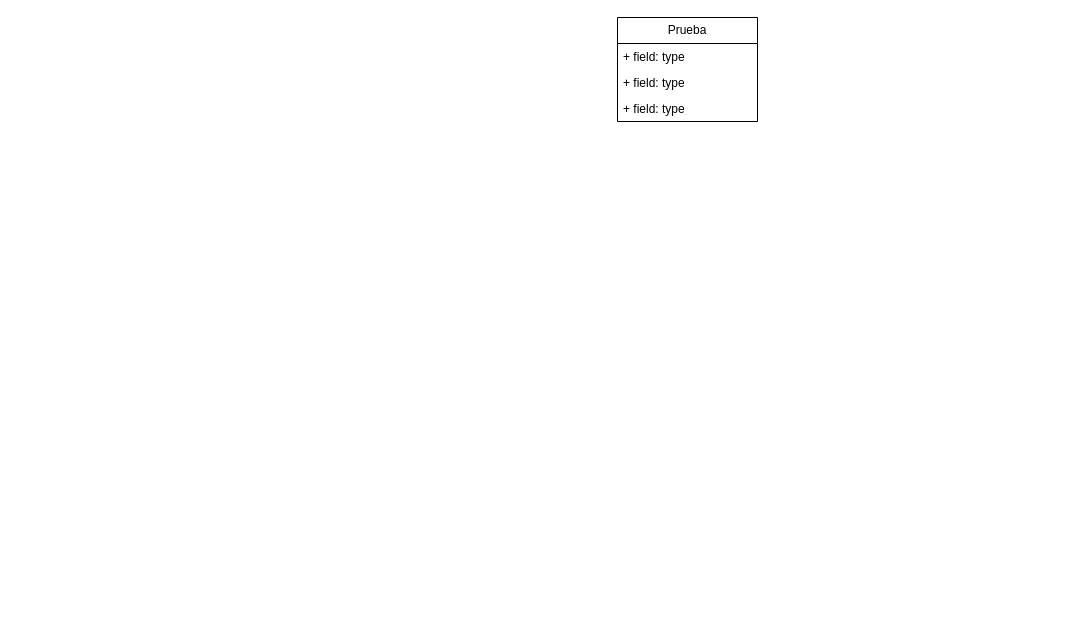
estebanpc1234/bootcamp_Tarea_Sistema_Inventario keeps this draw.io diagram as ClassDiagram.drawio. Above is the earlier version. Source tidied: cells renumbered, new cells numbered last; positions are measured from the earlier drawing's top-left corner, leaving out a move shared by most shapes. Both pictures are drawn from the tidied source at 100%, with x=0, y=0 at pixel (617, 17).
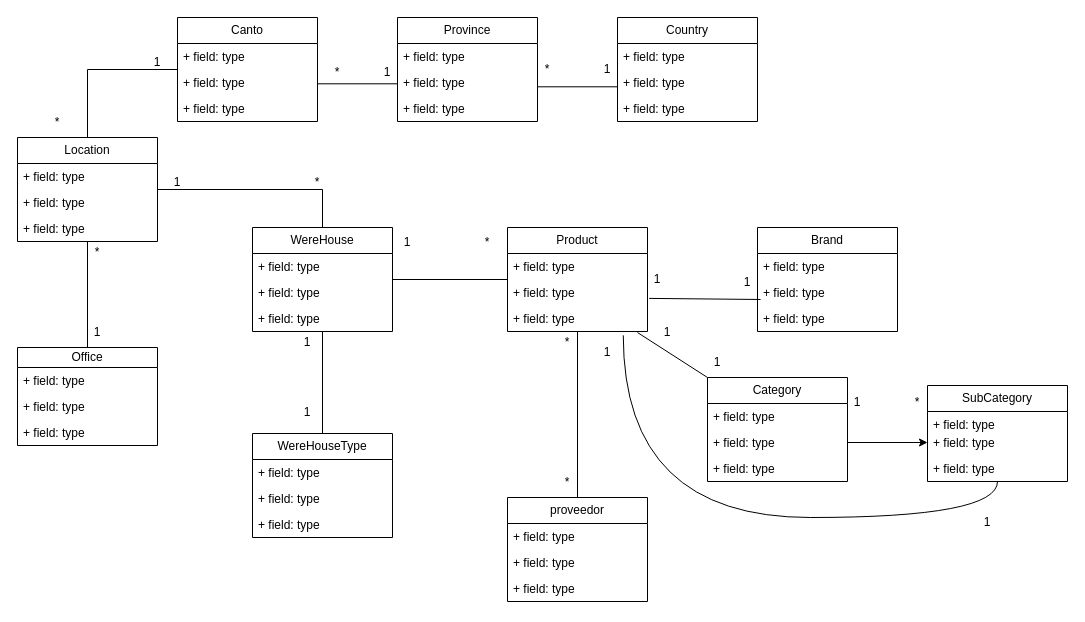
The same page after the edit.

Commit message:
Epastrana, se crea la base para el diagrama de clases

Diff of the diagram source:
```diff
@@
-    <mxCell id="2" value="Prueba" style="swimlane;fontStyle=0;horizontal=1;startSize=26;fillColor=none;whiteSpace=wrap;html=1;" parent="1" vertex="1">
+    <mxCell id="2" value="Country" style="swimlane;fontStyle=0;horizontal=1;startSize=26;fillColor=none;whiteSpace=wrap;html=1;" parent="1" vertex="1">
       <mxGeometry width="140" height="104" as="geometry" />
     </mxCell>
@@
+    <mxCell id="6" value="Location" style="swimlane;fontStyle=0;horizontal=1;startSize=26;fillColor=none;whiteSpace=wrap;html=1;" parent="1" vertex="1">
+      <mxGeometry x="-600" y="120" width="140" height="104" as="geometry" />
+    </mxCell>
+    <mxCell id="7" value="+ field: type" style="text;strokeColor=none;fillColor=none;align=left;verticalAlign=top;spacingLeft=4;spacingRight=4;overflow=hidden;whiteSpace=wrap;html=1;" parent="6" vertex="1">
+      <mxGeometry y="26" width="140" height="26" as="geometry" />
+    </mxCell>
+    <mxCell id="8" value="+ field: type" style="text;strokeColor=none;fillColor=none;align=left;verticalAlign=top;spacingLeft=4;spacingRight=4;overflow=hidden;whiteSpace=wrap;html=1;" parent="6" vertex="1">
+      <mxGeometry y="52" width="140" height="26" as="geometry" />
+    </mxCell>
+    <mxCell id="9" value="+ field: type" style="text;strokeColor=none;fillColor=none;align=left;verticalAlign=top;spacingLeft=4;spacingRight=4;overflow=hidden;whiteSpace=wrap;html=1;" parent="6" vertex="1">
+      <mxGeometry y="78" width="140" height="26" as="geometry" />
+    </mxCell>
+    <mxCell id="10" value="Canto" style="swimlane;fontStyle=0;horizontal=1;startSize=26;fillColor=none;whiteSpace=wrap;html=1;" parent="1" vertex="1">
+      <mxGeometry x="-440" width="140" height="104" as="geometry" />
+    </mxCell>
+    <mxCell id="11" value="+ field: type" style="text;strokeColor=none;fillColor=none;align=left;verticalAlign=top;spacingLeft=4;spacingRight=4;overflow=hidden;whiteSpace=wrap;html=1;" parent="10" vertex="1">
+      <mxGeometry y="26" width="140" height="26" as="geometry" />
+    </mxCell>
+    <mxCell id="12" value="+ field: type" style="text;strokeColor=none;fillColor=none;align=left;verticalAlign=top;spacingLeft=4;spacingRight=4;overflow=hidden;whiteSpace=wrap;html=1;" parent="10" vertex="1">
+      <mxGeometry y="52" width="140" height="26" as="geometry" />
+    </mxCell>
+    <mxCell id="13" value="+ field: type" style="text;strokeColor=none;fillColor=none;align=left;verticalAlign=top;spacingLeft=4;spacingRight=4;overflow=hidden;whiteSpace=wrap;html=1;" parent="10" vertex="1">
+      <mxGeometry y="78" width="140" height="26" as="geometry" />
+    </mxCell>
+    <mxCell id="14" value="Office" style="swimlane;fontStyle=0;horizontal=1;startSize=20;fillColor=none;whiteSpace=wrap;html=1;" parent="1" vertex="1">
+      <mxGeometry x="-600" y="330" width="140" height="98" as="geometry" />
+    </mxCell>
+    <mxCell id="15" value="+ field: type" style="text;strokeColor=none;fillColor=none;align=left;verticalAlign=top;spacingLeft=4;spacingRight=4;overflow=hidden;whiteSpace=wrap;html=1;" parent="14" vertex="1">
+      <mxGeometry y="20" width="140" height="26" as="geometry" />
+    </mxCell>
+    <mxCell id="16" value="+ field: type" style="text;strokeColor=none;fillColor=none;align=left;verticalAlign=top;spacingLeft=4;spacingRight=4;overflow=hidden;whiteSpace=wrap;html=1;" parent="14" vertex="1">
+      <mxGeometry y="46" width="140" height="26" as="geometry" />
+    </mxCell>
+    <mxCell id="17" value="+ field: type" style="text;strokeColor=none;fillColor=none;align=left;verticalAlign=top;spacingLeft=4;spacingRight=4;overflow=hidden;whiteSpace=wrap;html=1;" parent="14" vertex="1">
+      <mxGeometry y="72" width="140" height="26" as="geometry" />
+    </mxCell>
+    <mxCell id="18" value="Province" style="swimlane;fontStyle=0;horizontal=1;startSize=26;fillColor=none;whiteSpace=wrap;html=1;" parent="1" vertex="1">
+      <mxGeometry x="-220" width="140" height="104" as="geometry" />
+    </mxCell>
+    <mxCell id="19" value="+ field: type" style="text;strokeColor=none;fillColor=none;align=left;verticalAlign=top;spacingLeft=4;spacingRight=4;overflow=hidden;whiteSpace=wrap;html=1;" parent="18" vertex="1">
+      <mxGeometry y="26" width="140" height="26" as="geometry" />
+    </mxCell>
+    <mxCell id="20" value="+ field: type" style="text;strokeColor=none;fillColor=none;align=left;verticalAlign=top;spacingLeft=4;spacingRight=4;overflow=hidden;whiteSpace=wrap;html=1;" parent="18" vertex="1">
+      <mxGeometry y="52" width="140" height="26" as="geometry" />
+    </mxCell>
+    <mxCell id="21" value="+ field: type" style="text;strokeColor=none;fillColor=none;align=left;verticalAlign=top;spacingLeft=4;spacingRight=4;overflow=hidden;whiteSpace=wrap;html=1;" parent="18" vertex="1">
+      <mxGeometry y="78" width="140" height="26" as="geometry" />
+    </mxCell>
+    <mxCell id="22" value="1" style="text;html=1;whiteSpace=wrap;strokeColor=none;fillColor=none;align=center;verticalAlign=middle;rounded=0;" parent="1" vertex="1">
+      <mxGeometry x="-260" y="40" width="60" height="30" as="geometry" />
+    </mxCell>
+    <mxCell id="23" value="*" style="text;html=1;whiteSpace=wrap;strokeColor=none;fillColor=none;align=center;verticalAlign=middle;rounded=0;" parent="1" vertex="1">
+      <mxGeometry x="-310" y="40" width="60" height="30" as="geometry" />
+    </mxCell>
+    <mxCell id="24" value="*" style="text;html=1;whiteSpace=wrap;strokeColor=none;fillColor=none;align=center;verticalAlign=middle;rounded=0;" parent="1" vertex="1">
+      <mxGeometry x="-100" y="37" width="60" height="30" as="geometry" />
+    </mxCell>
+    <mxCell id="25" value="1" style="text;html=1;whiteSpace=wrap;strokeColor=none;fillColor=none;align=center;verticalAlign=middle;rounded=0;" parent="1" vertex="1">
+      <mxGeometry x="-40" y="37" width="60" height="30" as="geometry" />
+    </mxCell>
+    <mxCell id="26" value="1" style="text;html=1;whiteSpace=wrap;strokeColor=none;fillColor=none;align=center;verticalAlign=middle;rounded=0;" parent="1" vertex="1">
+      <mxGeometry x="-490" y="30" width="60" height="30" as="geometry" />
+    </mxCell>
+    <mxCell id="27" value="*" style="text;html=1;whiteSpace=wrap;strokeColor=none;fillColor=none;align=center;verticalAlign=middle;rounded=0;" parent="1" vertex="1">
+      <mxGeometry x="-590" y="90" width="60" height="30" as="geometry" />
+    </mxCell>
+    <mxCell id="28" value="*" style="text;html=1;whiteSpace=wrap;strokeColor=none;fillColor=none;align=center;verticalAlign=middle;rounded=0;" parent="1" vertex="1">
+      <mxGeometry x="-550" y="220" width="60" height="30" as="geometry" />
+    </mxCell>
+    <mxCell id="29" value="1" style="text;html=1;whiteSpace=wrap;strokeColor=none;fillColor=none;align=center;verticalAlign=middle;rounded=0;" parent="1" vertex="1">
+      <mxGeometry x="-550" y="300" width="60" height="30" as="geometry" />
+    </mxCell>
+    <mxCell id="30" value="WereHouse" style="swimlane;fontStyle=0;horizontal=1;startSize=26;fillColor=none;whiteSpace=wrap;html=1;" parent="1" vertex="1">
+      <mxGeometry x="-365" y="210" width="140" height="104" as="geometry" />
+    </mxCell>
+    <mxCell id="31" value="+ field: type" style="text;strokeColor=none;fillColor=none;align=left;verticalAlign=top;spacingLeft=4;spacingRight=4;overflow=hidden;whiteSpace=wrap;html=1;" parent="30" vertex="1">
+      <mxGeometry y="26" width="140" height="26" as="geometry" />
+    </mxCell>
+    <mxCell id="32" value="+ field: type" style="text;strokeColor=none;fillColor=none;align=left;verticalAlign=top;spacingLeft=4;spacingRight=4;overflow=hidden;whiteSpace=wrap;html=1;" parent="30" vertex="1">
+      <mxGeometry y="52" width="140" height="26" as="geometry" />
+    </mxCell>
+    <mxCell id="33" value="+ field: type" style="text;strokeColor=none;fillColor=none;align=left;verticalAlign=top;spacingLeft=4;spacingRight=4;overflow=hidden;whiteSpace=wrap;html=1;" parent="30" vertex="1">
+      <mxGeometry y="78" width="140" height="26" as="geometry" />
+    </mxCell>
+    <mxCell id="34" value="Product" style="swimlane;fontStyle=0;horizontal=1;startSize=26;fillColor=none;whiteSpace=wrap;html=1;" parent="1" vertex="1">
+      <mxGeometry x="-110" y="210" width="140" height="104" as="geometry" />
+    </mxCell>
+    <mxCell id="35" value="+ field: type" style="text;strokeColor=none;fillColor=none;align=left;verticalAlign=top;spacingLeft=4;spacingRight=4;overflow=hidden;whiteSpace=wrap;html=1;" parent="34" vertex="1">
+      <mxGeometry y="26" width="140" height="26" as="geometry" />
+    </mxCell>
+    <mxCell id="36" value="+ field: type" style="text;strokeColor=none;fillColor=none;align=left;verticalAlign=top;spacingLeft=4;spacingRight=4;overflow=hidden;points=[[0,0.5],[1,0.5]];portConstraint=eastwest;whiteSpace=wrap;html=1;" parent="34" vertex="1">
+      <mxGeometry y="52" width="140" height="26" as="geometry" />
+    </mxCell>
+    <mxCell id="37" value="+ field: type" style="text;strokeColor=none;fillColor=none;align=left;verticalAlign=top;spacingLeft=4;spacingRight=4;overflow=hidden;points=[[0,0.5],[1,0.5]];portConstraint=eastwest;whiteSpace=wrap;html=1;" parent="34" vertex="1">
+      <mxGeometry y="78" width="140" height="26" as="geometry" />
+    </mxCell>
+    <mxCell id="38" value="WereHouseType" style="swimlane;fontStyle=0;horizontal=1;startSize=26;fillColor=none;whiteSpace=wrap;html=1;" parent="1" vertex="1">
+      <mxGeometry x="-365" y="416" width="140" height="104" as="geometry" />
+    </mxCell>
+    <mxCell id="39" value="+ field: type" style="text;strokeColor=none;fillColor=none;align=left;verticalAlign=top;spacingLeft=4;spacingRight=4;overflow=hidden;whiteSpace=wrap;html=1;" parent="38" vertex="1">
+      <mxGeometry y="26" width="140" height="26" as="geometry" />
+    </mxCell>
+    <mxCell id="40" value="+ field: type" style="text;strokeColor=none;fillColor=none;align=left;verticalAlign=top;spacingLeft=4;spacingRight=4;overflow=hidden;whiteSpace=wrap;html=1;" parent="38" vertex="1">
+      <mxGeometry y="52" width="140" height="26" as="geometry" />
+    </mxCell>
+    <mxCell id="41" value="+ field: type" style="text;strokeColor=none;fillColor=none;align=left;verticalAlign=top;spacingLeft=4;spacingRight=4;overflow=hidden;whiteSpace=wrap;html=1;" parent="38" vertex="1">
+      <mxGeometry y="78" width="140" height="26" as="geometry" />
+    </mxCell>
+    <mxCell id="42" value="proveedor" style="swimlane;fontStyle=0;horizontal=1;startSize=26;fillColor=none;whiteSpace=wrap;html=1;" parent="1" vertex="1">
+      <mxGeometry x="-110" y="480" width="140" height="104" as="geometry" />
+    </mxCell>
+    <mxCell id="43" value="+ field: type" style="text;strokeColor=none;fillColor=none;align=left;verticalAlign=top;spacingLeft=4;spacingRight=4;overflow=hidden;whiteSpace=wrap;html=1;" parent="42" vertex="1">
+      <mxGeometry y="26" width="140" height="26" as="geometry" />
+    </mxCell>
+    <mxCell id="44" value="+ field: type" style="text;strokeColor=none;fillColor=none;align=left;verticalAlign=top;spacingLeft=4;spacingRight=4;overflow=hidden;whiteSpace=wrap;html=1;" parent="42" vertex="1">
+      <mxGeometry y="52" width="140" height="26" as="geometry" />
+    </mxCell>
+    <mxCell id="45" value="+ field: type" style="text;strokeColor=none;fillColor=none;align=left;verticalAlign=top;spacingLeft=4;spacingRight=4;overflow=hidden;whiteSpace=wrap;html=1;" parent="42" vertex="1">
+      <mxGeometry y="78" width="140" height="26" as="geometry" />
+    </mxCell>
+    <mxCell id="46" value="1" style="text;html=1;whiteSpace=wrap;strokeColor=none;fillColor=none;align=center;verticalAlign=middle;rounded=0;" parent="1" vertex="1">
+      <mxGeometry x="-340" y="310" width="60" height="30" as="geometry" />
+    </mxCell>
+    <mxCell id="47" value="1" style="text;html=1;whiteSpace=wrap;strokeColor=none;fillColor=none;align=center;verticalAlign=middle;rounded=0;" parent="1" vertex="1">
+      <mxGeometry x="-340" y="380" width="60" height="30" as="geometry" />
+    </mxCell>
+    <mxCell id="48" value="1" style="text;html=1;whiteSpace=wrap;strokeColor=none;fillColor=none;align=center;verticalAlign=middle;rounded=0;" parent="1" vertex="1">
+      <mxGeometry x="-470" y="150" width="60" height="30" as="geometry" />
+    </mxCell>
+    <mxCell id="49" value="*" style="text;html=1;whiteSpace=wrap;strokeColor=none;fillColor=none;align=center;verticalAlign=middle;rounded=0;" parent="1" vertex="1">
+      <mxGeometry x="-330" y="150" width="60" height="30" as="geometry" />
+    </mxCell>
+    <mxCell id="50" value="1" style="text;html=1;whiteSpace=wrap;strokeColor=none;fillColor=none;align=center;verticalAlign=middle;rounded=0;" parent="1" vertex="1">
+      <mxGeometry x="-240" y="210" width="60" height="30" as="geometry" />
+    </mxCell>
+    <mxCell id="51" value="*" style="text;html=1;whiteSpace=wrap;strokeColor=none;fillColor=none;align=center;verticalAlign=middle;rounded=0;" parent="1" vertex="1">
+      <mxGeometry x="-160" y="210" width="60" height="30" as="geometry" />
+    </mxCell>
+    <mxCell id="52" value="*" style="text;html=1;whiteSpace=wrap;strokeColor=none;fillColor=none;align=center;verticalAlign=middle;rounded=0;" parent="1" vertex="1">
+      <mxGeometry x="-80" y="450" width="60" height="30" as="geometry" />
+    </mxCell>
+    <mxCell id="53" value="*" style="text;html=1;whiteSpace=wrap;strokeColor=none;fillColor=none;align=center;verticalAlign=middle;rounded=0;" parent="1" vertex="1">
+      <mxGeometry x="-80" y="310" width="60" height="30" as="geometry" />
+    </mxCell>
+    <mxCell id="54" value="Category" style="swimlane;fontStyle=0;horizontal=1;startSize=26;fillColor=none;whiteSpace=wrap;html=1;" parent="1" vertex="1">
+      <mxGeometry x="90" y="360" width="140" height="104" as="geometry" />
+    </mxCell>
+    <mxCell id="55" value="+ field: type" style="text;strokeColor=none;fillColor=none;align=left;verticalAlign=top;spacingLeft=4;spacingRight=4;overflow=hidden;whiteSpace=wrap;html=1;" parent="54" vertex="1">
+      <mxGeometry y="26" width="140" height="26" as="geometry" />
+    </mxCell>
+    <mxCell id="56" value="+ field: type" style="text;strokeColor=none;fillColor=none;align=left;verticalAlign=top;spacingLeft=4;spacingRight=4;overflow=hidden;points=[[0,0.5],[1,0.5]];portConstraint=eastwest;whiteSpace=wrap;html=1;" parent="54" vertex="1">
+      <mxGeometry y="52" width="140" height="26" as="geometry" />
+    </mxCell>
+    <mxCell id="57" value="+ field: type" style="text;strokeColor=none;fillColor=none;align=left;verticalAlign=top;spacingLeft=4;spacingRight=4;overflow=hidden;whiteSpace=wrap;html=1;" parent="54" vertex="1">
+      <mxGeometry y="78" width="140" height="26" as="geometry" />
+    </mxCell>
+    <mxCell id="58" value="Brand" style="swimlane;fontStyle=0;horizontal=1;startSize=26;fillColor=none;whiteSpace=wrap;html=1;" parent="1" vertex="1">
+      <mxGeometry x="140" y="210" width="140" height="104" as="geometry" />
+    </mxCell>
+    <mxCell id="59" value="+ field: type" style="text;strokeColor=none;fillColor=none;align=left;verticalAlign=top;spacingLeft=4;spacingRight=4;overflow=hidden;whiteSpace=wrap;html=1;" parent="58" vertex="1">
+      <mxGeometry y="26" width="140" height="26" as="geometry" />
+    </mxCell>
+    <mxCell id="60" value="+ field: type" style="text;strokeColor=none;fillColor=none;align=left;verticalAlign=top;spacingLeft=4;spacingRight=4;overflow=hidden;points=[[0,0.5],[1,0.5]];portConstraint=eastwest;whiteSpace=wrap;html=1;" parent="58" vertex="1">
+      <mxGeometry y="52" width="140" height="26" as="geometry" />
+    </mxCell>
+    <mxCell id="61" value="+ field: type" style="text;strokeColor=none;fillColor=none;align=left;verticalAlign=top;spacingLeft=4;spacingRight=4;overflow=hidden;whiteSpace=wrap;html=1;" parent="58" vertex="1">
+      <mxGeometry y="78" width="140" height="26" as="geometry" />
+    </mxCell>
+    <mxCell id="62" value="1" style="text;html=1;whiteSpace=wrap;strokeColor=none;fillColor=none;align=center;verticalAlign=middle;rounded=0;" parent="1" vertex="1">
+      <mxGeometry x="100" y="250" width="60" height="30" as="geometry" />
+    </mxCell>
+    <mxCell id="63" value="1" style="text;html=1;whiteSpace=wrap;strokeColor=none;fillColor=none;align=center;verticalAlign=middle;rounded=0;" parent="1" vertex="1">
+      <mxGeometry x="10" y="247" width="60" height="30" as="geometry" />
+    </mxCell>
+    <mxCell id="64" value="SubCategory" style="swimlane;fontStyle=0;horizontal=1;startSize=26;fillColor=none;whiteSpace=wrap;html=1;" parent="1" vertex="1">
+      <mxGeometry x="310" y="368" width="140" height="96" as="geometry" />
+    </mxCell>
+    <mxCell id="65" value="+ field: type" style="text;strokeColor=none;fillColor=none;align=left;verticalAlign=top;spacingLeft=4;spacingRight=4;overflow=hidden;whiteSpace=wrap;html=1;" parent="64" vertex="1">
+      <mxGeometry y="26" width="140" height="18" as="geometry" />
+    </mxCell>
+    <mxCell id="66" value="+ field: type" style="text;strokeColor=none;fillColor=none;align=left;verticalAlign=top;spacingLeft=4;spacingRight=4;overflow=hidden;points=[[0,0.5],[1,0.5]];portConstraint=eastwest;whiteSpace=wrap;html=1;" parent="64" vertex="1">
+      <mxGeometry y="44" width="140" height="26" as="geometry" />
+    </mxCell>
+    <mxCell id="67" value="+ field: type" style="text;strokeColor=none;fillColor=none;align=left;verticalAlign=top;spacingLeft=4;spacingRight=4;overflow=hidden;whiteSpace=wrap;html=1;" parent="64" vertex="1">
+      <mxGeometry y="70" width="140" height="26" as="geometry" />
+    </mxCell>
+    <mxCell id="68" style="edgeStyle=orthogonalEdgeStyle;rounded=0;jettySize=auto;html=1;exitX=1;exitY=0.5;exitDx=0;exitDy=0;" parent="1" edge="1" source="56" target="66">
+      <mxGeometry relative="1" as="geometry" />
+    </mxCell>
+    <mxCell id="69" value="1" style="text;html=1;whiteSpace=wrap;strokeColor=none;fillColor=none;align=center;verticalAlign=middle;rounded=0;" parent="1" vertex="1">
+      <mxGeometry x="210" y="370" width="60" height="30" as="geometry" />
+    </mxCell>
+    <mxCell id="70" value="*" style="text;html=1;whiteSpace=wrap;strokeColor=none;fillColor=none;align=center;verticalAlign=middle;rounded=0;" parent="1" vertex="1">
+      <mxGeometry x="270" y="370" width="60" height="30" as="geometry" />
+    </mxCell>
+    <mxCell id="71" value="1" style="text;html=1;whiteSpace=wrap;strokeColor=none;fillColor=none;align=center;verticalAlign=middle;rounded=0;" parent="1" vertex="1">
+      <mxGeometry x="20" y="300" width="60" height="30" as="geometry" />
+    </mxCell>
+    <mxCell id="72" value="1" style="text;html=1;whiteSpace=wrap;strokeColor=none;fillColor=none;align=center;verticalAlign=middle;rounded=0;" parent="1" vertex="1">
+      <mxGeometry x="70" y="330" width="60" height="30" as="geometry" />
+    </mxCell>
+    <mxCell id="73" value="1" style="text;html=1;whiteSpace=wrap;strokeColor=none;fillColor=none;align=center;verticalAlign=middle;rounded=0;" parent="1" vertex="1">
+      <mxGeometry x="340" y="490" width="60" height="30" as="geometry" />
+    </mxCell>
+    <mxCell id="74" value="1" style="text;html=1;whiteSpace=wrap;strokeColor=none;fillColor=none;align=center;verticalAlign=middle;rounded=0;" parent="1" vertex="1">
+      <mxGeometry x="-40" y="320" width="60" height="30" as="geometry" />
+    </mxCell>
+    <mxCell id="75" style="endArrow=none;html=1;rounded=0;entryX=0.5;entryY=1;entryDx=0;entryDy=0;exitX=0.827;exitY=1.149;exitDx=0;exitDy=0;exitPerimeter=0;edgeStyle=orthogonalEdgeStyle;curved=1;" parent="1" edge="1" source="37" target="64">
+      <mxGeometry relative="1" as="geometry">
+        <Array as="points">
+          <mxPoint x="6" y="500" />
+          <mxPoint x="380" y="500" />
+        </Array>
+      </mxGeometry>
+    </mxCell>
+    <mxCell id="76" style="endArrow=none;html=1;rounded=0;exitX=0;exitY=0.5;exitDx=0;exitDy=0;entryX=0;entryY=0;entryDx=0;entryDy=0;" parent="1" edge="1" source="71" target="54">
+      <mxGeometry relative="1" as="geometry" />
+    </mxCell>
+    <mxCell id="77" style="endArrow=none;html=1;rounded=0;exitX=1.012;exitY=0.727;exitDx=0;exitDy=0;exitPerimeter=0;entryX=0.022;entryY=0.769;entryDx=0;entryDy=0;entryPerimeter=0;" parent="1" edge="1" source="36" target="60">
+      <mxGeometry relative="1" as="geometry" />
+    </mxCell>
+    <mxCell id="78" style="endArrow=none;html=1;rounded=0;" parent="1" edge="1" source="34" target="42">
+      <mxGeometry relative="1" as="geometry" />
+    </mxCell>
+    <mxCell id="79" style="endArrow=none;html=1;rounded=0;" parent="1" edge="1" source="30" target="34">
+      <mxGeometry relative="1" as="geometry" />
+    </mxCell>
+    <mxCell id="80" style="endArrow=none;html=1;rounded=0;" parent="1" edge="1" source="30" target="38">
+      <mxGeometry relative="1" as="geometry" />
+    </mxCell>
+    <mxCell id="81" style="endArrow=none;html=1;rounded=0;entryX=0.5;entryY=0;entryDx=0;entryDy=0;edgeStyle=orthogonalEdgeStyle;" parent="1" edge="1" source="6" target="30">
+      <mxGeometry relative="1" as="geometry" />
+    </mxCell>
+    <mxCell id="82" style="endArrow=none;html=1;rounded=0;" parent="1" edge="1" source="6" target="14">
+      <mxGeometry relative="1" as="geometry" />
+    </mxCell>
+    <mxCell id="83" style="endArrow=none;html=1;rounded=0;entryX=0.5;entryY=0;entryDx=0;entryDy=0;edgeStyle=orthogonalEdgeStyle;" parent="1" edge="1" source="10" target="6">
+      <mxGeometry relative="1" as="geometry" />
+    </mxCell>
+    <mxCell id="84" style="endArrow=none;html=1;rounded=0;" parent="1" edge="1">
+      <mxGeometry relative="1" as="geometry">
+        <mxPoint x="-300" y="66.3" as="sourcePoint" />
+        <mxPoint x="-220" y="66.3" as="targetPoint" />
+      </mxGeometry>
+    </mxCell>
+    <mxCell id="85" style="endArrow=none;html=1;rounded=0;" parent="1" edge="1">
+      <mxGeometry relative="1" as="geometry">
+        <mxPoint x="-80" y="69.3" as="sourcePoint" />
+        <mxPoint y="69.3" as="targetPoint" />
+      </mxGeometry>
+    </mxCell>
```
